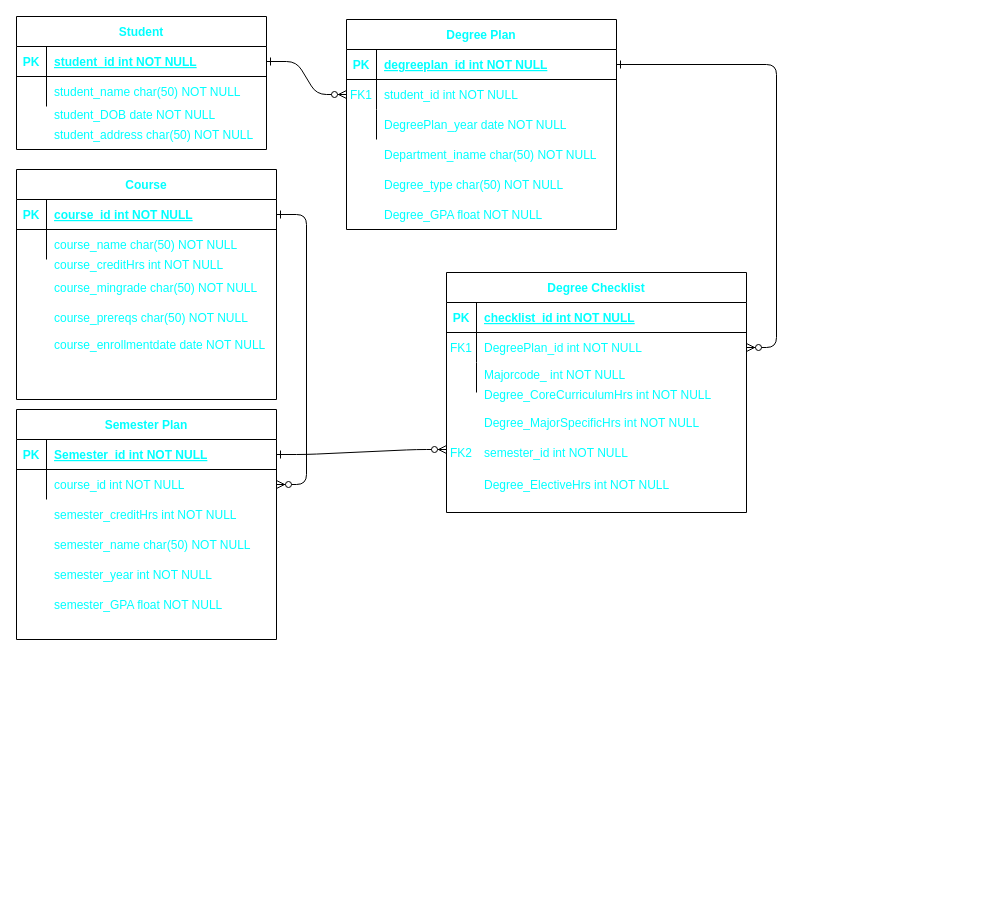
Earlier version of the draw.io diagram Assignments/degreechecklist/Assignment 2 Modeling.drawio (m3gan-m/CIDM-6325). Source tidied: cells renumbered, new cells numbered last; positions are measured from the earlier drawing's top-left corner, leaving out a move shared by most shapes. Both pictures are drawn from the tidied source at 100%, with x=0, y=0 at pixel (16, 16).
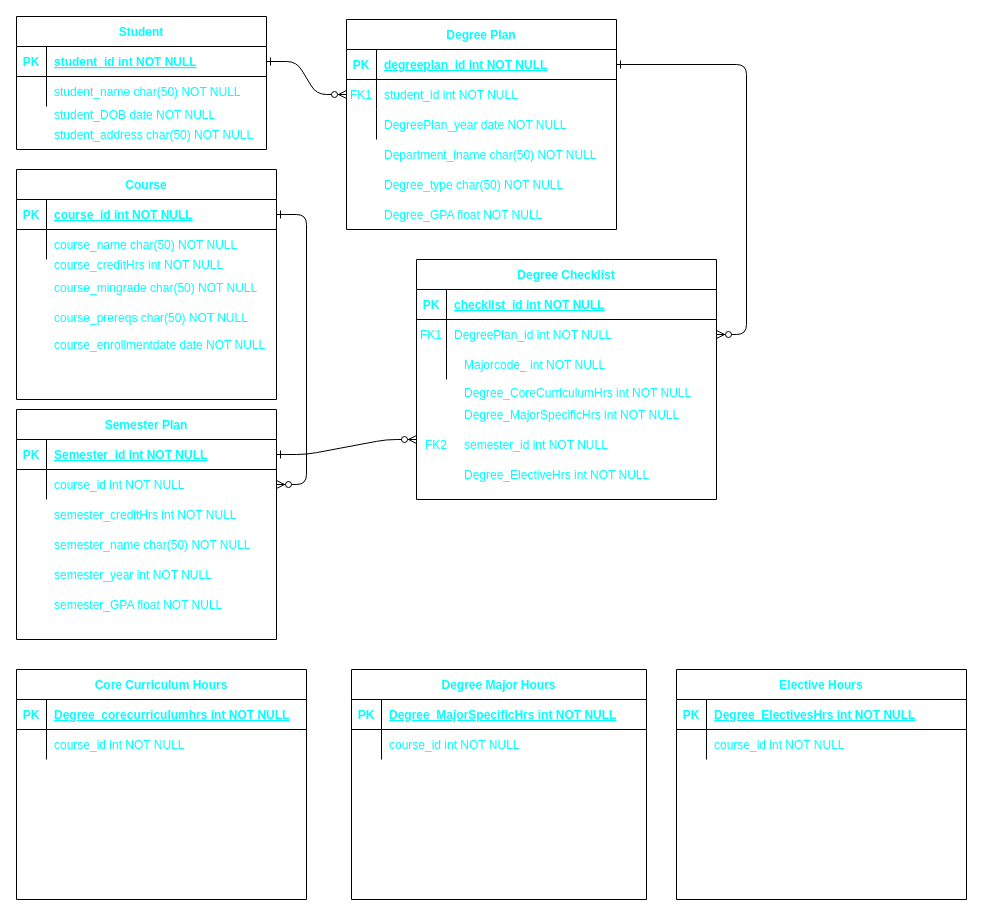
The same diagram, later.

Unchanged cells that the change refers to:
```xml
<mxCell id="53" style="shape=partialRectangle;fillColor=none;points=[[0,0.5],[1,0.5]];portConstraint=eastwest;top=0;left=0;right=0;bottom=1;labelBackgroundColor=default;labelBorderColor=none;fontColor=#00FFFF;" parent="52" vertex="1">
  <mxGeometry y="30" width="260" height="30" as="geometry" />
</mxCell>
```

The edit, as a diff of the source:
```diff
@@
     <mxCell id="14" value="Degree Checklist" style="shape=table;startSize=30;childLayout=tableLayout;rowLines=0;fontStyle=1;align=center;fontColor=#00FFFF;" parent="1" vertex="1">
-      <mxGeometry x="430" y="256" width="300" height="240" as="geometry" />
+      <mxGeometry x="400" y="243" width="300" height="240" as="geometry" />
     </mxCell>
@@
     <mxCell id="43" value="Degree_CoreCurriculumHrs int NOT NULL" style="shape=partialRectangle;overflow=hidden;fillColor=none;top=0;left=0;bottom=0;right=0;align=left;spacingLeft=6;fontColor=#00FFFF;" parent="1" vertex="1">
-      <mxGeometry x="460" y="363" width="270" height="30" as="geometry" />
+      <mxGeometry x="440" y="361" width="270" height="30" as="geometry" />
     </mxCell>
     <mxCell id="44" value="Degree_MajorSpecificHrs int NOT NULL" style="shape=partialRectangle;overflow=hidden;fillColor=none;top=0;left=0;bottom=0;right=0;align=left;spacingLeft=6;fontColor=#00FFFF;" parent="1" vertex="1">
-      <mxGeometry x="460" y="391" width="270" height="30" as="geometry" />
+      <mxGeometry x="440" y="383" width="270" height="30" as="geometry" />
     </mxCell>
@@
     <mxCell id="49" value="semester_id int NOT NULL" style="shape=partialRectangle;overflow=hidden;fillColor=none;top=0;left=0;bottom=0;right=0;align=left;spacingLeft=6;fontColor=#00FFFF;" parent="1" vertex="1">
-      <mxGeometry x="460" y="421" width="270" height="30" as="geometry" />
+      <mxGeometry x="440" y="413" width="270" height="30" as="geometry" />
     </mxCell>
     <mxCell id="50" value="FK2" style="shape=partialRectangle;overflow=hidden;fillColor=none;top=0;left=0;bottom=0;right=0;fontColor=#00FFFF;" parent="1" vertex="1">
-      <mxGeometry x="430" y="421" width="30" height="30" as="geometry" />
+      <mxGeometry x="405" y="413" width="30" height="30" as="geometry" />
     </mxCell>
     <mxCell id="51" value="Degree_ElectiveHrs int NOT NULL" style="shape=partialRectangle;overflow=hidden;fillColor=none;top=0;left=0;bottom=0;right=0;align=left;spacingLeft=6;fontColor=#00FFFF;" parent="1" vertex="1">
-      <mxGeometry x="460" y="453" width="270" height="30" as="geometry" />
+      <mxGeometry x="440" y="443" width="270" height="30" as="geometry" />
     </mxCell>
@@
-    <mxCell id="62" style="edgeStyle=entityRelationEdgeStyle;endArrow=ERzeroToMany;startArrow=ERone;endFill=1;startFill=0;fontColor=#00FFFF;exitX=1;exitY=0.5;exitDx=0;exitDy=0;" parent="1" edge="1" source="53">
+    <mxCell id="62" style="edgeStyle=entityRelationEdgeStyle;endArrow=ERzeroToMany;startArrow=ERone;endFill=1;startFill=0;fontColor=#00FFFF;exitX=1;exitY=0.5;exitDx=0;exitDy=0;entryX=0;entryY=0.75;entryDx=0;entryDy=0;" parent="1" edge="1" source="53" target="14">
       <mxGeometry relative="1" as="geometry">
-        <mxPoint x="430" y="433" as="targetPoint" />
         <Array as="points">
           <mxPoint x="525" y="487.7" />
           <mxPoint x="475" y="477.7" />
           <mxPoint x="435" y="577.7" />
           <mxPoint x="465" y="467.7" />
           <mxPoint x="545" y="537.7" />
         </Array>
       </mxGeometry>
     </mxCell>
@@
     <mxCell id="65" value="Majorcode_ int NOT NULL" style="shape=partialRectangle;overflow=hidden;fillColor=none;top=0;left=0;bottom=0;right=0;align=left;spacingLeft=6;fontColor=#00FFFF;" parent="1" vertex="1">
-      <mxGeometry x="460" y="343" width="270" height="30" as="geometry" />
+      <mxGeometry x="440" y="333" width="270" height="30" as="geometry" />
     </mxCell>
+    <mxCell id="66" value="Core Curriculum Hours" style="shape=table;startSize=30;childLayout=tableLayout;rowLines=0;fontStyle=1;align=center;fontColor=#00FFFF;labelBackgroundColor=default;labelBorderColor=none;" parent="1" vertex="1">
+      <mxGeometry y="653" width="290" height="230" as="geometry" />
+    </mxCell>
+    <mxCell id="67" style="shape=partialRectangle;fillColor=none;top=0;left=0;right=0;bottom=1;labelBackgroundColor=default;labelBorderColor=none;fontColor=#00FFFF;" parent="66" vertex="1">
+      <mxGeometry y="30" width="290" height="30" as="geometry" />
+    </mxCell>
+    <mxCell id="68" value="PK" style="shape=partialRectangle;overflow=hidden;fillColor=none;top=0;left=0;bottom=0;right=0;fontStyle=1;labelBackgroundColor=none;labelBorderColor=none;fontColor=#00FFFF;" parent="67" vertex="1">
+      <mxGeometry width="30" height="30" as="geometry" />
+    </mxCell>
+    <mxCell id="69" value="Degree_corecurriculumhrs int NOT NULL " style="shape=partialRectangle;overflow=hidden;fillColor=none;top=0;left=0;bottom=0;right=0;align=left;spacingLeft=6;fontStyle=5;labelBackgroundColor=default;labelBorderColor=none;fontColor=#00FFFF;" parent="67" vertex="1">
+      <mxGeometry x="30" width="260" height="30" as="geometry" />
+    </mxCell>
+    <mxCell id="70" style="shape=partialRectangle;fillColor=none;top=0;left=0;right=0;bottom=0;labelBackgroundColor=default;labelBorderColor=none;fontColor=#00FFFF;" parent="66" vertex="1">
+      <mxGeometry y="60" width="290" height="30" as="geometry" />
+    </mxCell>
+    <mxCell id="71" style="shape=partialRectangle;overflow=hidden;fillColor=none;top=0;left=0;bottom=0;right=0;labelBackgroundColor=default;labelBorderColor=none;fontColor=#00FFFF;" parent="70" vertex="1">
+      <mxGeometry width="30" height="30" as="geometry" />
+    </mxCell>
+    <mxCell id="72" value="course_id int NOT NULL" style="shape=partialRectangle;overflow=hidden;fillColor=none;top=0;left=0;bottom=0;right=0;align=left;spacingLeft=6;labelBackgroundColor=default;labelBorderColor=none;fontColor=#00FFFF;" parent="70" vertex="1">
+      <mxGeometry x="30" width="260" height="30" as="geometry" />
+    </mxCell>
+    <mxCell id="73" value="Degree Major Hours" style="shape=table;startSize=30;childLayout=tableLayout;rowLines=0;fontStyle=1;align=center;fontColor=#00FFFF;labelBackgroundColor=default;labelBorderColor=none;" parent="1" vertex="1">
+      <mxGeometry x="335" y="653" width="295" height="230" as="geometry" />
+    </mxCell>
+    <mxCell id="74" style="shape=partialRectangle;fillColor=none;top=0;left=0;right=0;bottom=1;labelBackgroundColor=default;labelBorderColor=none;fontColor=#00FFFF;" parent="73" vertex="1">
+      <mxGeometry y="30" width="295" height="30" as="geometry" />
+    </mxCell>
+    <mxCell id="75" value="PK" style="shape=partialRectangle;overflow=hidden;fillColor=none;top=0;left=0;bottom=0;right=0;fontStyle=1;labelBackgroundColor=none;labelBorderColor=none;fontColor=#00FFFF;" parent="74" vertex="1">
+      <mxGeometry width="30" height="30" as="geometry" />
+    </mxCell>
+    <mxCell id="76" value="Degree_MajorSpecificHrs int NOT NULL " style="shape=partialRectangle;overflow=hidden;fillColor=none;top=0;left=0;bottom=0;right=0;align=left;spacingLeft=6;fontStyle=5;labelBackgroundColor=default;labelBorderColor=none;fontColor=#00FFFF;" parent="74" vertex="1">
+      <mxGeometry x="30" width="265" height="30" as="geometry" />
+    </mxCell>
+    <mxCell id="77" style="shape=partialRectangle;fillColor=none;top=0;left=0;right=0;bottom=0;labelBackgroundColor=default;labelBorderColor=none;fontColor=#00FFFF;" parent="73" vertex="1">
+      <mxGeometry y="60" width="295" height="30" as="geometry" />
+    </mxCell>
+    <mxCell id="78" style="shape=partialRectangle;overflow=hidden;fillColor=none;top=0;left=0;bottom=0;right=0;labelBackgroundColor=default;labelBorderColor=none;fontColor=#00FFFF;" parent="77" vertex="1">
+      <mxGeometry width="30" height="30" as="geometry" />
+    </mxCell>
+    <mxCell id="79" value="course_id int NOT NULL" style="shape=partialRectangle;overflow=hidden;fillColor=none;top=0;left=0;bottom=0;right=0;align=left;spacingLeft=6;labelBackgroundColor=default;labelBorderColor=none;fontColor=#00FFFF;" parent="77" vertex="1">
+      <mxGeometry x="30" width="265" height="30" as="geometry" />
+    </mxCell>
+    <mxCell id="80" value="Elective Hours" style="shape=table;startSize=30;childLayout=tableLayout;rowLines=0;fontStyle=1;align=center;fontColor=#00FFFF;labelBackgroundColor=default;labelBorderColor=none;" parent="1" vertex="1">
+      <mxGeometry x="660" y="653" width="290" height="230" as="geometry" />
+    </mxCell>
+    <mxCell id="81" style="shape=partialRectangle;fillColor=none;top=0;left=0;right=0;bottom=1;labelBackgroundColor=default;labelBorderColor=none;fontColor=#00FFFF;" parent="80" vertex="1">
+      <mxGeometry y="30" width="290" height="30" as="geometry" />
+    </mxCell>
+    <mxCell id="82" value="PK" style="shape=partialRectangle;overflow=hidden;fillColor=none;top=0;left=0;bottom=0;right=0;fontStyle=1;labelBackgroundColor=none;labelBorderColor=none;fontColor=#00FFFF;" parent="81" vertex="1">
+      <mxGeometry width="30" height="30" as="geometry" />
+    </mxCell>
+    <mxCell id="83" value="Degree_ElectivesHrs int NOT NULL " style="shape=partialRectangle;overflow=hidden;fillColor=none;top=0;left=0;bottom=0;right=0;align=left;spacingLeft=6;fontStyle=5;labelBackgroundColor=default;labelBorderColor=none;fontColor=#00FFFF;" parent="81" vertex="1">
+      <mxGeometry x="30" width="260" height="30" as="geometry" />
+    </mxCell>
+    <mxCell id="84" style="shape=partialRectangle;fillColor=none;top=0;left=0;right=0;bottom=0;labelBackgroundColor=default;labelBorderColor=none;fontColor=#00FFFF;" parent="80" vertex="1">
+      <mxGeometry y="60" width="290" height="30" as="geometry" />
+    </mxCell>
+    <mxCell id="85" style="shape=partialRectangle;overflow=hidden;fillColor=none;top=0;left=0;bottom=0;right=0;labelBackgroundColor=default;labelBorderColor=none;fontColor=#00FFFF;" parent="84" vertex="1">
+      <mxGeometry width="30" height="30" as="geometry" />
+    </mxCell>
+    <mxCell id="86" value="course_id int NOT NULL" style="shape=partialRectangle;overflow=hidden;fillColor=none;top=0;left=0;bottom=0;right=0;align=left;spacingLeft=6;labelBackgroundColor=default;labelBorderColor=none;fontColor=#00FFFF;" parent="84" vertex="1">
+      <mxGeometry x="30" width="260" height="30" as="geometry" />
+    </mxCell>
```
